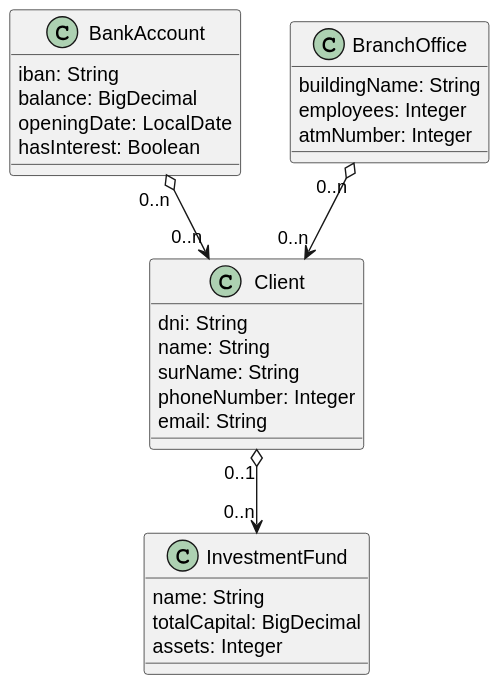
js-rom/apaw-practice-jrv-seguimiento keeps this PlantUML diagram as out/docs/bank/bank.svg. Above is the earlier version.
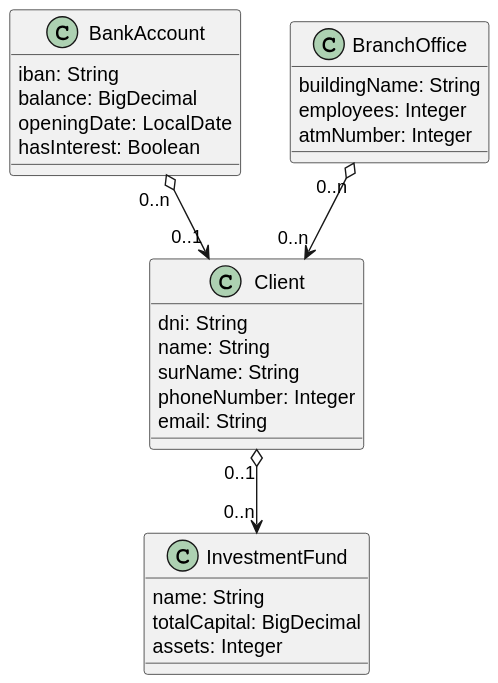
The same diagram one commit later.

Commit message:
update BankAccount Client cardinality #2

Change to the diagram source:
```diff
@@ -4,7 +4,7 @@
 class Client
 class InvestmentFund
 
-BankAccount "0..n" o--> "0..n" Client
+BankAccount "0..n" o--> "0..1" Client
 BranchOffice "0..n" o--> "0..n" Client
 Client "0..1" o--> "0..n" InvestmentFund
 
```
